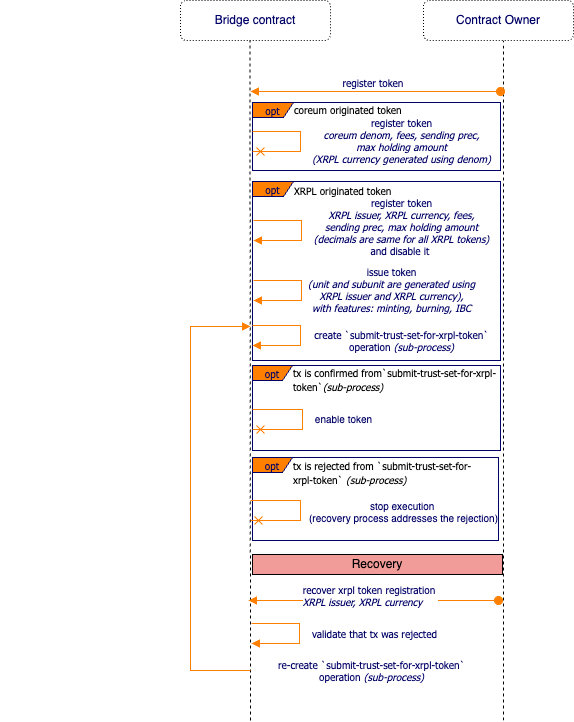
CoreumFoundation/coreumbridge-xrpl keeps this draw.io diagram as spec/img/register-token.png. Above is the earlier version. Source tidied: cells renumbered, new cells last; positions are measured from the earlier drawing's top-left corner, leaving out a move shared by most shapes.
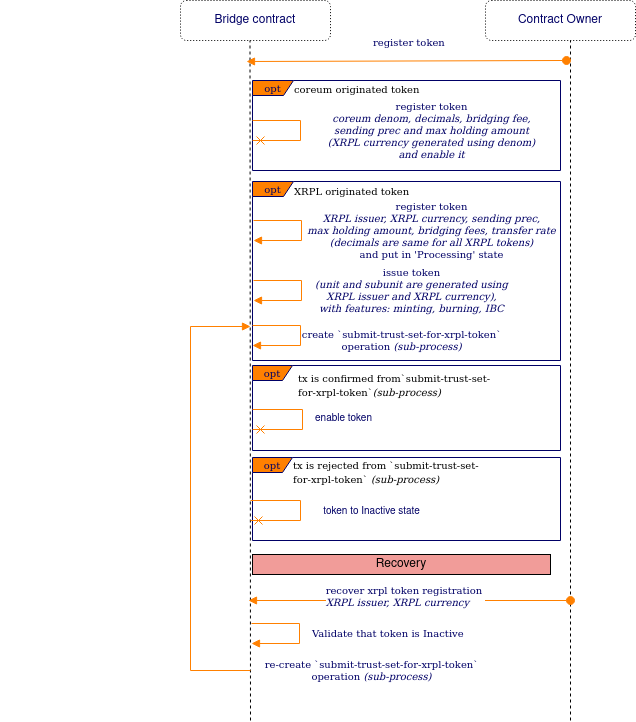
The same diagram one commit later.

Commit message:
Review register tokens

Diff of the diagram source:
```diff
@@ -3,16 +3,16 @@
     <mxCell id="0" />
     <mxCell id="1" parent="0" />
     <mxCell id="2" value="opt" style="shape=umlFrame;whiteSpace=wrap;html=1;strokeColor=#000066;fillColor=#FF8000;fontFamily=Tahoma;fontSize=10;fontColor=#000066;align=center;width=40;height=15;" parent="1" vertex="1">
-      <mxGeometry x="252" y="457" width="246" height="83" as="geometry" />
+      <mxGeometry x="252" y="457" width="308" height="83" as="geometry" />
     </mxCell>
     <mxCell id="3" value="opt" style="shape=umlFrame;whiteSpace=wrap;html=1;strokeColor=#000066;fillColor=#FF8000;fontFamily=Tahoma;fontSize=10;fontColor=#000066;align=center;width=40;height=15;" parent="1" vertex="1">
-      <mxGeometry x="252" y="365" width="248" height="85" as="geometry" />
+      <mxGeometry x="252" y="365" width="308" height="85" as="geometry" />
     </mxCell>
     <mxCell id="4" value="opt" style="shape=umlFrame;whiteSpace=wrap;html=1;strokeColor=#000066;fillColor=#FF8000;fontFamily=Tahoma;fontSize=10;fontColor=#000066;align=center;width=41;height=15;" parent="1" vertex="1">
-      <mxGeometry x="252" y="181" width="248" height="179" as="geometry" />
+      <mxGeometry x="252" y="181" width="308" height="179" as="geometry" />
     </mxCell>
     <mxCell id="5" value="opt" style="shape=umlFrame;whiteSpace=wrap;html=1;strokeColor=#000066;fillColor=#FF8000;fontFamily=Tahoma;fontSize=10;fontColor=#000066;align=center;width=41;height=15;" parent="1" vertex="1">
-      <mxGeometry x="252" y="102" width="248" height="68" as="geometry" />
+      <mxGeometry x="252" y="80" width="308" height="90" as="geometry" />
     </mxCell>
     <mxCell id="6" value="Bridge contract" style="rounded=1;whiteSpace=wrap;html=1;fillColor=none;dashed=1;fontColor=#000066;dashPattern=1 2;" parent="1" vertex="1">
       <mxGeometry x="180" width="150" height="40" as="geometry" />
@@ -31,20 +31,20 @@
     </mxCell>
     <mxCell id="10" style="endArrow=none;dashed=1;html=1;rounded=0;" parent="1" edge="1">
       <mxGeometry relative="1" as="geometry">
-        <mxPoint x="503" y="720" as="sourcePoint" />
-        <mxPoint x="503" y="40" as="targetPoint" />
+        <mxPoint x="570" y="720" as="sourcePoint" />
+        <mxPoint x="570" y="40" as="targetPoint" />
       </mxGeometry>
     </mxCell>
     <mxCell id="11" value="Contract Owner" style="rounded=1;whiteSpace=wrap;html=1;fillColor=none;dashed=1;fontColor=#000066;dashPattern=1 2;" parent="1" vertex="1">
-      <mxGeometry x="423" width="150" height="40" as="geometry" />
+      <mxGeometry x="485" width="150" height="40" as="geometry" />
     </mxCell>
-    <mxCell id="12" value="register token&lt;br style=&quot;border-color: var(--border-color); background-color: rgb(251, 251, 251);&quot;&gt;&lt;span style=&quot;border-color: var(--border-color);&quot;&gt;&lt;i&gt;coreum denom&lt;/i&gt;&lt;/span&gt;&lt;span style=&quot;border-color: var(--border-color);&quot;&gt;&lt;i&gt;, fees, sending prec, &lt;/i&gt;&lt;br&gt;&lt;i&gt;max&amp;nbsp;holding amount&lt;/i&gt;&lt;br&gt;&lt;i&gt;(XRPL currency generated using denom)&lt;/i&gt;&lt;br&gt;&lt;/span&gt;" style="edgeStyle=orthogonalEdgeStyle;html=1;align=center;spacingLeft=2;endArrow=cross;rounded=0;strokeColor=#FF8000;fontFamily=Tahoma;fontSize=10;fontColor=#000066;endFill=0;" parent="1" edge="1">
-      <mxGeometry x="-0.02" y="100" relative="1" as="geometry">
-        <mxPoint x="252" y="131" as="sourcePoint" />
-        <mxPoint x="252" y="151" as="targetPoint" />
+    <mxCell id="12" value="register token&lt;br style=&quot;border-color: var(--border-color); background-color: rgb(251, 251, 251);&quot;&gt;&lt;span style=&quot;border-color: var(--border-color);&quot;&gt;&lt;i&gt;coreum denom&lt;/i&gt;&lt;/span&gt;&lt;span style=&quot;border-color: var(--border-color);&quot;&gt;&lt;i&gt;, decimals, bridging fee, &lt;br&gt;sending prec and &lt;/i&gt;&lt;i&gt;max&amp;nbsp;holding amount&lt;/i&gt;&lt;br&gt;&lt;i&gt;(XRPL currency generated using denom)&lt;br&gt;and enable it&lt;/i&gt;&lt;br&gt;&lt;/span&gt;" style="edgeStyle=orthogonalEdgeStyle;html=1;align=center;spacingLeft=2;endArrow=cross;rounded=0;strokeColor=#FF8000;fontFamily=Tahoma;fontSize=10;fontColor=#000066;endFill=0;" parent="1" edge="1">
+      <mxGeometry y="130" relative="1" as="geometry">
+        <mxPoint x="252" y="120" as="sourcePoint" />
+        <mxPoint x="252" y="140" as="targetPoint" />
         <Array as="points">
-          <mxPoint x="300" y="131" />
-          <mxPoint x="300" y="151" />
+          <mxPoint x="300" y="120" />
+          <mxPoint x="300" y="140" />
         </Array>
       </mxGeometry>
     </mxCell>
@@ -59,16 +59,16 @@
       </mxGeometry>
     </mxCell>
     <mxCell id="14" value="register token&amp;nbsp;" style="html=1;verticalAlign=bottom;startArrow=oval;startFill=1;endArrow=block;startSize=8;strokeColor=#FF8000;fontFamily=Tahoma;fontSize=10;fontColor=#000066;" parent="1" edge="1">
-      <mxGeometry x="0.01" relative="1" as="geometry">
-        <mxPoint x="500" y="91" as="sourcePoint" />
-        <mxPoint x="250" y="91" as="targetPoint" />
+      <mxGeometry x="-0.03" y="-10" relative="1" as="geometry">
+        <mxPoint x="566" y="60" as="sourcePoint" />
+        <mxPoint x="246" y="61" as="targetPoint" />
       </mxGeometry>
     </mxCell>
     <mxCell id="15" value="&lt;span style=&quot;color: rgb(0, 0, 102); font-family: Tahoma; font-size: 10px; font-style: normal; font-variant-ligatures: normal; font-variant-caps: normal; font-weight: 400; letter-spacing: normal; orphans: 2; text-align: center; text-indent: 0px; text-transform: none; widows: 2; word-spacing: 0px; -webkit-text-stroke-width: 0px; background-color: rgb(255, 255, 255); text-decoration-thickness: initial; text-decoration-style: initial; text-decoration-color: initial; float: none; display: inline !important;&quot;&gt;&amp;nbsp;&lt;/span&gt;" style="text;whiteSpace=wrap;html=1;" parent="1" vertex="1">
       <mxGeometry x="270" y="250" width="150" height="60" as="geometry" />
     </mxCell>
     <mxCell id="16" value="coreum originated  token&lt;br&gt;&amp;nbsp;&amp;nbsp;" style="text;html=1;align=left;verticalAlign=top;spacingTop=-4;fontSize=10;fontFamily=Tahoma;fontColor=#000000;" parent="1" vertex="1">
-      <mxGeometry x="292" y="101" width="110" height="30" as="geometry" />
+      <mxGeometry x="292" y="80" width="110" height="30" as="geometry" />
     </mxCell>
     <mxCell id="17" style="edgeStyle=orthogonalEdgeStyle;rounded=0;jettySize=auto;html=1;" parent="1" edge="1" source="18" target="15">
       <mxGeometry relative="1" as="geometry" />
@@ -76,7 +76,7 @@
     <mxCell id="18" value="XRPL originated  token&lt;br&gt;&amp;nbsp;&amp;nbsp;" style="text;html=1;points=[];align=left;verticalAlign=top;spacingTop=-4;fontSize=10;fontFamily=Tahoma;fontColor=#000000;" parent="1" vertex="1">
       <mxGeometry x="292" y="182" width="100" height="30" as="geometry" />
     </mxCell>
-    <mxCell id="19" value="&lt;span style=&quot;border-color: var(--border-color); text-align: center;&quot;&gt;validate that tx was rejected&lt;br&gt;&lt;/span&gt;" style="edgeStyle=orthogonalEdgeStyle;html=1;align=left;spacingLeft=2;endArrow=block;rounded=0;strokeColor=#FF8000;fontFamily=Tahoma;fontSize=10;fontColor=#000066;endFill=1;" parent="1" edge="1">
+    <mxCell id="19" value="Validate that token is Inactive" style="edgeStyle=orthogonalEdgeStyle;html=1;align=left;spacingLeft=2;endArrow=block;rounded=0;strokeColor=#FF8000;fontFamily=Tahoma;fontSize=10;fontColor=#000066;endFill=1;" parent="1" edge="1">
       <mxGeometry x="0.01" y="9" relative="1" as="geometry">
         <mxPoint x="251" y="623" as="sourcePoint" />
         <mxPoint x="251" y="643" as="targetPoint" />
@@ -87,7 +87,7 @@
       </mxGeometry>
     </mxCell>
     <mxCell id="20" value="issue token &lt;br&gt;&lt;i&gt;(unit and subunit are generated using&lt;br&gt;XRPL&amp;nbsp;issuer and&amp;nbsp;XRPL&lt;span style=&quot;&quot;&gt;&amp;nbsp;currency),&lt;/span&gt;&lt;br&gt;&lt;span style=&quot;border-color: var(--border-color);&quot;&gt;with&amp;nbsp;&lt;/span&gt;features: minting, burning, IBC&lt;/i&gt;" style="edgeStyle=orthogonalEdgeStyle;html=1;align=center;spacingLeft=2;endArrow=block;rounded=0;strokeColor=#FF8000;fontFamily=Tahoma;fontSize=10;fontColor=#000066;endFill=1;" parent="1" edge="1">
-      <mxGeometry x="-0.02" y="89" relative="1" as="geometry">
+      <mxGeometry y="109" relative="1" as="geometry">
         <mxPoint x="253" y="280" as="sourcePoint" />
         <mxPoint x="253" y="300" as="targetPoint" />
         <Array as="points">
@@ -106,13 +106,13 @@
         </Array>
       </mxGeometry>
     </mxCell>
-    <mxCell id="22" value="&lt;div style=&quot;font-size: 10px;&quot;&gt;&lt;div&gt;stop execution&amp;nbsp;&lt;/div&gt;&lt;div&gt;(recovery process addresses the rejection)&lt;/div&gt;&lt;/div&gt;" style="edgeLabel;html=1;align=center;verticalAlign=middle;fontSize=10;fontColor=#000066;" parent="21" vertex="1">
+    <mxCell id="22" value="token to Inactive state" style="edgeLabel;html=1;align=center;verticalAlign=middle;fontSize=10;fontColor=#000066;" parent="21" vertex="1">
       <mxGeometry x="-0.06" y="-4" relative="1" as="geometry">
-        <mxPoint x="106" y="3" as="offset" />
+        <mxPoint x="74" y="3" as="offset" />
       </mxGeometry>
     </mxCell>
     <mxCell id="23" value="&lt;span style=&quot;font-family: Tahoma; font-size: 10px; font-style: normal; font-variant-ligatures: normal; font-variant-caps: normal; font-weight: 400; letter-spacing: normal; orphans: 2; text-align: left; text-indent: 0px; text-transform: none; widows: 2; word-spacing: 0px; -webkit-text-stroke-width: 0px; background-color: rgb(255, 255, 255); text-decoration-thickness: initial; text-decoration-style: initial; text-decoration-color: initial; float: none; display: inline !important;&quot;&gt;tx is confirmed from&lt;/span&gt;&lt;span style=&quot;font-family: Tahoma; font-size: 10px; font-style: normal; font-variant-ligatures: normal; font-variant-caps: normal; font-weight: 400; letter-spacing: normal; orphans: 2; text-align: left; text-indent: 0px; text-transform: none; widows: 2; word-spacing: 0px; -webkit-text-stroke-width: 0px; background-color: rgb(255, 255, 255); text-decoration-thickness: initial; text-decoration-style: initial; text-decoration-color: initial; float: none; display: inline !important;&quot;&gt;`submit-trust-set-for-xrpl-token`&lt;/span&gt;&lt;span style=&quot;border-color: var(--border-color); font-family: Tahoma; font-size: 10px; font-style: normal; font-variant-ligatures: normal; font-variant-caps: normal; font-weight: 400; letter-spacing: normal; orphans: 2; text-align: left; text-indent: 0px; text-transform: none; widows: 2; word-spacing: 0px; -webkit-text-stroke-width: 0px; text-decoration-thickness: initial; text-decoration-style: initial; text-decoration-color: initial;&quot;&gt;&lt;i style=&quot;border-color: var(--border-color);&quot;&gt;(sub-process)&lt;/i&gt;&lt;/span&gt;" style="text;whiteSpace=wrap;html=1;fontColor=#000000;" parent="1" vertex="1">
-      <mxGeometry x="291" y="359" width="210" height="56" as="geometry" />
+      <mxGeometry x="296" y="365" width="210" height="56" as="geometry" />
     </mxCell>
     <mxCell id="24" value="&lt;span style=&quot;font-family: Tahoma; font-size: 10px; font-style: normal; font-variant-ligatures: normal; font-variant-caps: normal; font-weight: 400; letter-spacing: normal; orphans: 2; text-align: left; text-indent: 0px; text-transform: none; widows: 2; word-spacing: 0px; -webkit-text-stroke-width: 0px; background-color: rgb(255, 255, 255); text-decoration-thickness: initial; text-decoration-style: initial; text-decoration-color: initial; float: none; display: inline !important;&quot;&gt;tx is rejected from&amp;nbsp;&lt;/span&gt;&lt;span style=&quot;font-family: Tahoma; font-size: 10px; font-style: normal; font-variant-ligatures: normal; font-variant-caps: normal; font-weight: 400; letter-spacing: normal; orphans: 2; text-align: left; text-indent: 0px; text-transform: none; widows: 2; word-spacing: 0px; -webkit-text-stroke-width: 0px; background-color: rgb(255, 255, 255); text-decoration-thickness: initial; text-decoration-style: initial; text-decoration-color: initial; float: none; display: inline !important;&quot;&gt;`submit-trust-set-for-xrpl-token`&amp;nbsp;&lt;/span&gt;&lt;span style=&quot;border-color: var(--border-color); font-family: Tahoma; font-size: 10px; font-style: normal; font-variant-ligatures: normal; font-variant-caps: normal; font-weight: 400; letter-spacing: normal; orphans: 2; text-align: left; text-indent: 0px; text-transform: none; widows: 2; word-spacing: 0px; -webkit-text-stroke-width: 0px; text-decoration-thickness: initial; text-decoration-style: initial; text-decoration-color: initial;&quot;&gt;&lt;i style=&quot;border-color: var(--border-color);&quot;&gt;(sub-process)&lt;/i&gt;&lt;/span&gt;" style="text;whiteSpace=wrap;html=1;fontColor=#000000;" parent="1" vertex="1">
       <mxGeometry x="291" y="452" width="194" height="38" as="geometry" />
@@ -133,16 +133,16 @@
       </mxGeometry>
     </mxCell>
     <mxCell id="27" value="Recovery" style="rounded=0;whiteSpace=wrap;html=1;fillColor=#F19C99;" parent="1" vertex="1">
-      <mxGeometry x="252" y="554" width="250" height="20" as="geometry" />
+      <mxGeometry x="252" y="554" width="298" height="20" as="geometry" />
     </mxCell>
     <mxCell id="28" value="recover xrpl token registration&amp;nbsp;&lt;br&gt;&lt;div style=&quot;text-align: left;&quot;&gt;&lt;i&gt;XRPL issuer,&amp;nbsp;&lt;span style=&quot;border-color: var(--border-color);&quot;&gt;XRPL currency&lt;/span&gt;&lt;/i&gt;&lt;/div&gt;" style="html=1;verticalAlign=bottom;startArrow=oval;startFill=1;endArrow=block;startSize=8;strokeColor=#FF8000;fontFamily=Tahoma;fontSize=10;fontColor=#000066;" parent="1" edge="1">
       <mxGeometry x="0.02" y="10" relative="1" as="geometry">
-        <mxPoint x="498" y="600" as="sourcePoint" />
+        <mxPoint x="570" y="600" as="sourcePoint" />
         <mxPoint x="248" y="600" as="targetPoint" />
       </mxGeometry>
     </mxCell>
-    <mxCell id="29" value="register token&lt;br style=&quot;border-color: var(--border-color); background-color: rgb(251, 251, 251);&quot;&gt;&lt;span style=&quot;border-color: var(--border-color);&quot;&gt;&lt;i&gt;XRPL issuer,&amp;nbsp;&lt;/i&gt;&lt;/span&gt;&lt;span style=&quot;border-color: var(--border-color);&quot;&gt;&lt;i&gt;XRPL currency, fees,&lt;br&gt;&lt;/i&gt;&lt;i style=&quot;border-color: var(--border-color);&quot;&gt;sending prec,&amp;nbsp;&lt;/i&gt;&lt;i style=&quot;border-color: var(--border-color);&quot;&gt;max&amp;nbsp;holding amount&lt;/i&gt;&lt;i&gt;&lt;br&gt;(decimals are same for all XRPL tokens)&lt;br&gt;&lt;/i&gt;and disable it&amp;nbsp;&lt;br&gt;&lt;/span&gt;" style="edgeStyle=orthogonalEdgeStyle;html=1;align=center;spacingLeft=2;endArrow=block;rounded=0;strokeColor=#FF8000;fontFamily=Tahoma;fontSize=10;fontColor=#000066;endFill=1;" parent="1" edge="1">
-      <mxGeometry x="-0.07" y="99" relative="1" as="geometry">
+    <mxCell id="29" value="register token&lt;br style=&quot;border-color: var(--border-color); background-color: rgb(251, 251, 251);&quot;&gt;&lt;span style=&quot;border-color: var(--border-color);&quot;&gt;&lt;i&gt;XRPL issuer,&amp;nbsp;&lt;/i&gt;&lt;/span&gt;&lt;span style=&quot;border-color: var(--border-color);&quot;&gt;&lt;i&gt;XRPL currency, &lt;/i&gt;&lt;i style=&quot;border-color: var(--border-color);&quot;&gt;sending prec, &lt;br&gt;&lt;/i&gt;&lt;i style=&quot;border-color: var(--border-color);&quot;&gt;max&amp;nbsp;holding amount&lt;/i&gt;&lt;i&gt;, bridging fees, transfer rate&lt;br&gt;(decimals are same for all XRPL tokens)&lt;br&gt;&lt;/i&gt;and put in 'Processing' state&lt;br&gt;&lt;/span&gt;" style="edgeStyle=orthogonalEdgeStyle;html=1;align=center;spacingLeft=2;endArrow=block;rounded=0;strokeColor=#FF8000;fontFamily=Tahoma;fontSize=10;fontColor=#000066;endFill=1;" parent="1" edge="1">
+      <mxGeometry y="129" relative="1" as="geometry">
         <mxPoint x="253" y="220" as="sourcePoint" />
         <mxPoint x="253" y="240" as="targetPoint" />
         <Array as="points">
```
